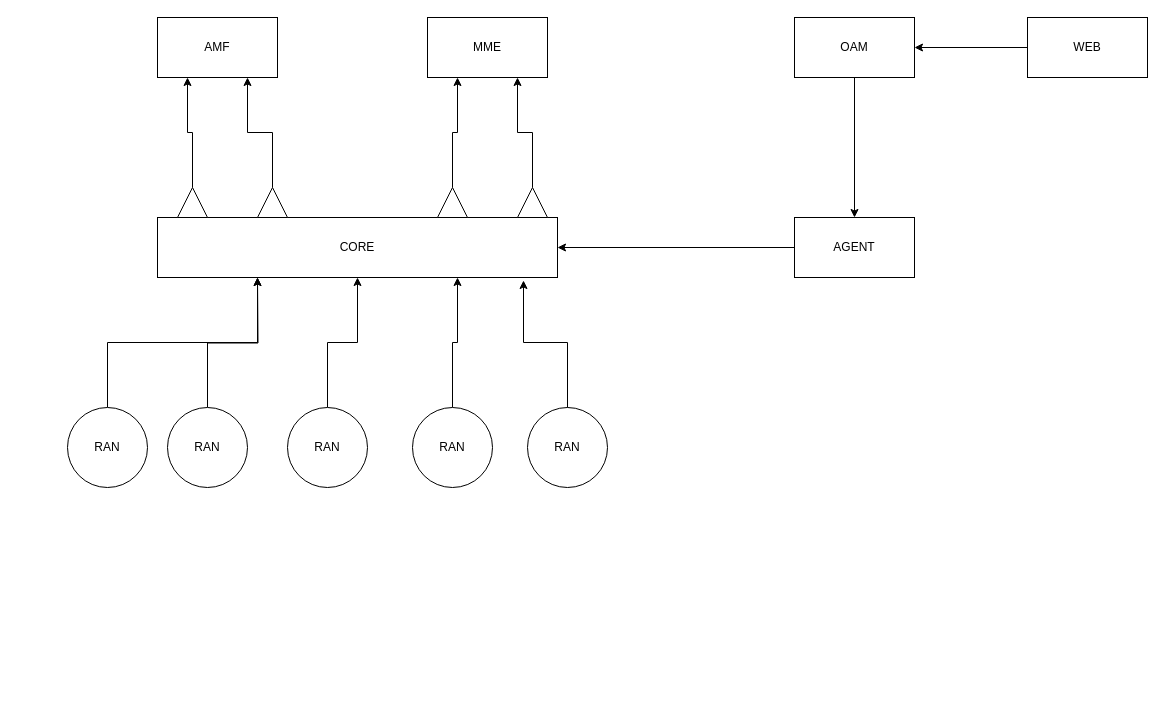
This is Untitled Diagram.drawio from 438115215/testgit2, a draw.io file, before an edit. Source tidied: cells renumbered, new cells numbered last; positions are measured from the earlier drawing's top-left corner, leaving out a move shared by most shapes. Both pictures are drawn from the tidied source at 100%, with x=0, y=0 at pixel (67, 17).
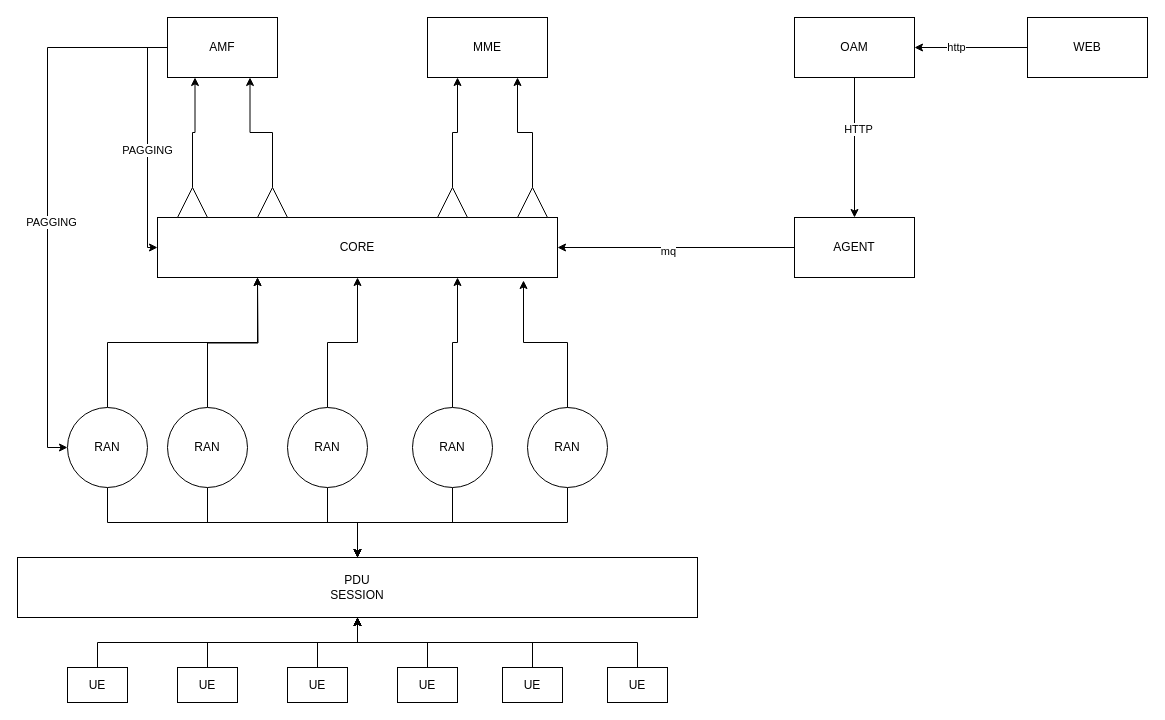
After the change.

Unchanged cells that the change refers to:
```xml
<mxCell id="3" value="CORE" style="rounded=0;whiteSpace=wrap;html=1;" parent="1" vertex="1">
  <mxGeometry x="90" y="200" width="400" height="60" as="geometry" />
</mxCell>
<mxCell id="14" value="RAN" style="ellipse;whiteSpace=wrap;html=1;" parent="1" vertex="1">
  <mxGeometry y="390" width="80" height="80" as="geometry" />
</mxCell>
<mxCell id="15" value="RAN" style="ellipse;whiteSpace=wrap;html=1;" parent="1" vertex="1">
  <mxGeometry x="460" y="390" width="80" height="80" as="geometry" />
</mxCell>
<mxCell id="17" value="RAN" style="ellipse;whiteSpace=wrap;html=1;" parent="1" vertex="1">
  <mxGeometry x="345" y="390" width="80" height="80" as="geometry" />
</mxCell>
<mxCell id="19" value="RAN" style="ellipse;whiteSpace=wrap;html=1;" parent="1" vertex="1">
  <mxGeometry x="100" y="390" width="80" height="80" as="geometry" />
</mxCell>
<mxCell id="21" value="RAN" style="ellipse;whiteSpace=wrap;html=1;" parent="1" vertex="1">
  <mxGeometry x="220" y="390" width="80" height="80" as="geometry" />
</mxCell>
<mxCell id="23" style="edgeStyle=orthogonalEdgeStyle;rounded=0;jettySize=auto;html=1;exitX=0;exitY=0.5;exitDx=0;exitDy=0;" parent="1" edge="1" source="24" target="3">
  <mxGeometry relative="1" as="geometry" />
</mxCell>
<mxCell id="25" style="edgeStyle=orthogonalEdgeStyle;rounded=0;jettySize=auto;html=1;" parent="1" edge="1" source="26" target="24">
  <mxGeometry relative="1" as="geometry" />
</mxCell>
<mxCell id="27" style="edgeStyle=orthogonalEdgeStyle;rounded=0;jettySize=auto;html=1;exitX=0;exitY=0.5;exitDx=0;exitDy=0;" parent="1" edge="1" source="28" target="26">
  <mxGeometry relative="1" as="geometry" />
</mxCell>
```

Change to the diagram source:
```diff
@@
+    <mxCell id="29" style="edgeStyle=orthogonalEdgeStyle;rounded=0;jettySize=auto;html=1;exitX=0;exitY=0.5;exitDx=0;exitDy=0;entryX=0;entryY=0.5;entryDx=0;entryDy=0;" parent="1" edge="1" source="2" target="3">
+      <mxGeometry relative="1" as="geometry" />
+    </mxCell>
+    <mxCell id="30" value="PAGGING&lt;br&gt;" style="edgeLabel;html=1;align=center;verticalAlign=middle;" parent="29" vertex="1">
+      <mxGeometry x="0.06" y="-1" relative="1" as="geometry" />
+    </mxCell>
+    <mxCell id="31" style="edgeStyle=orthogonalEdgeStyle;rounded=0;jettySize=auto;html=1;exitX=0;exitY=0.5;exitDx=0;exitDy=0;entryX=0;entryY=0.5;entryDx=0;entryDy=0;" parent="1" edge="1" source="2" target="14">
+      <mxGeometry relative="1" as="geometry" />
+    </mxCell>
+    <mxCell id="32" value="PAGGING&lt;br&gt;" style="edgeLabel;html=1;align=center;verticalAlign=middle;" parent="31" vertex="1">
+      <mxGeometry x="0.09" y="3" relative="1" as="geometry" />
+    </mxCell>
     <mxCell id="2" value="AMF" style="rounded=0;whiteSpace=wrap;html=1;" parent="1" vertex="1">
-      <mxGeometry x="90" width="120" height="60" as="geometry" />
+      <mxGeometry x="100" width="110" height="60" as="geometry" />
     </mxCell>
@@
+    <mxCell id="33" style="edgeStyle=orthogonalEdgeStyle;rounded=0;jettySize=auto;html=1;" parent="1" edge="1" source="14" target="53">
+      <mxGeometry relative="1" as="geometry" />
+    </mxCell>
@@
+    <mxCell id="34" style="edgeStyle=orthogonalEdgeStyle;rounded=0;jettySize=auto;html=1;" parent="1" edge="1" source="15" target="53">
+      <mxGeometry relative="1" as="geometry" />
+    </mxCell>
@@
+    <mxCell id="35" style="edgeStyle=orthogonalEdgeStyle;rounded=0;jettySize=auto;html=1;" parent="1" edge="1" source="17" target="53">
+      <mxGeometry relative="1" as="geometry" />
+    </mxCell>
@@
+    <mxCell id="36" style="edgeStyle=orthogonalEdgeStyle;rounded=0;jettySize=auto;html=1;" parent="1" edge="1" source="19" target="53">
+      <mxGeometry relative="1" as="geometry" />
+    </mxCell>
@@
+    <mxCell id="37" style="edgeStyle=orthogonalEdgeStyle;rounded=0;jettySize=auto;html=1;" parent="1" edge="1" source="21" target="53">
+      <mxGeometry relative="1" as="geometry" />
+    </mxCell>
@@
+    <mxCell id="38" value="mq" style="edgeLabel;html=1;align=center;verticalAlign=middle;" parent="23" vertex="1">
+      <mxGeometry x="0.07" y="3" relative="1" as="geometry" />
+    </mxCell>
@@
+    <mxCell id="39" value="HTTP&lt;br&gt;" style="edgeLabel;html=1;align=center;verticalAlign=middle;" parent="25" vertex="1">
+      <mxGeometry x="-0.27" y="3" relative="1" as="geometry" />
+    </mxCell>
@@
+    <mxCell id="40" value="http" style="edgeLabel;html=1;align=center;verticalAlign=middle;" parent="27" vertex="1">
+      <mxGeometry x="0.27" y="-1" relative="1" as="geometry" />
+    </mxCell>
@@
+    <mxCell id="41" style="edgeStyle=orthogonalEdgeStyle;rounded=0;jettySize=auto;html=1;" parent="1" edge="1" source="42" target="53">
+      <mxGeometry relative="1" as="geometry" />
+    </mxCell>
+    <mxCell id="42" value="UE" style="rounded=0;whiteSpace=wrap;html=1;" parent="1" vertex="1">
+      <mxGeometry y="650" width="60" height="35" as="geometry" />
+    </mxCell>
+    <mxCell id="43" style="edgeStyle=orthogonalEdgeStyle;rounded=0;jettySize=auto;html=1;" parent="1" edge="1" source="44" target="53">
+      <mxGeometry relative="1" as="geometry" />
+    </mxCell>
+    <mxCell id="44" value="UE" style="rounded=0;whiteSpace=wrap;html=1;" parent="1" vertex="1">
+      <mxGeometry x="110" y="650" width="60" height="35" as="geometry" />
+    </mxCell>
+    <mxCell id="45" style="edgeStyle=orthogonalEdgeStyle;rounded=0;jettySize=auto;html=1;" parent="1" edge="1" source="46" target="53">
+      <mxGeometry relative="1" as="geometry" />
+    </mxCell>
+    <mxCell id="46" value="UE" style="rounded=0;whiteSpace=wrap;html=1;" parent="1" vertex="1">
+      <mxGeometry x="220" y="650" width="60" height="35" as="geometry" />
+    </mxCell>
+    <mxCell id="47" style="edgeStyle=orthogonalEdgeStyle;rounded=0;jettySize=auto;html=1;" parent="1" edge="1" source="48" target="53">
+      <mxGeometry relative="1" as="geometry" />
+    </mxCell>
+    <mxCell id="48" value="UE" style="rounded=0;whiteSpace=wrap;html=1;" parent="1" vertex="1">
+      <mxGeometry x="330" y="650" width="60" height="35" as="geometry" />
+    </mxCell>
+    <mxCell id="49" style="edgeStyle=orthogonalEdgeStyle;rounded=0;jettySize=auto;html=1;" parent="1" edge="1" source="50" target="53">
+      <mxGeometry relative="1" as="geometry" />
+    </mxCell>
+    <mxCell id="50" value="UE" style="rounded=0;whiteSpace=wrap;html=1;" parent="1" vertex="1">
+      <mxGeometry x="435" y="650" width="60" height="35" as="geometry" />
+    </mxCell>
+    <mxCell id="51" style="edgeStyle=orthogonalEdgeStyle;rounded=0;jettySize=auto;html=1;" parent="1" edge="1" source="52" target="53">
+      <mxGeometry relative="1" as="geometry" />
+    </mxCell>
+    <mxCell id="52" value="UE" style="rounded=0;whiteSpace=wrap;html=1;" parent="1" vertex="1">
+      <mxGeometry x="540" y="650" width="60" height="35" as="geometry" />
+    </mxCell>
+    <mxCell id="53" value="PDU&lt;br&gt;SESSION&lt;br&gt;" style="rounded=0;whiteSpace=wrap;html=1;" parent="1" vertex="1">
+      <mxGeometry x="-50" y="540" width="680" height="60" as="geometry" />
+    </mxCell>
```
